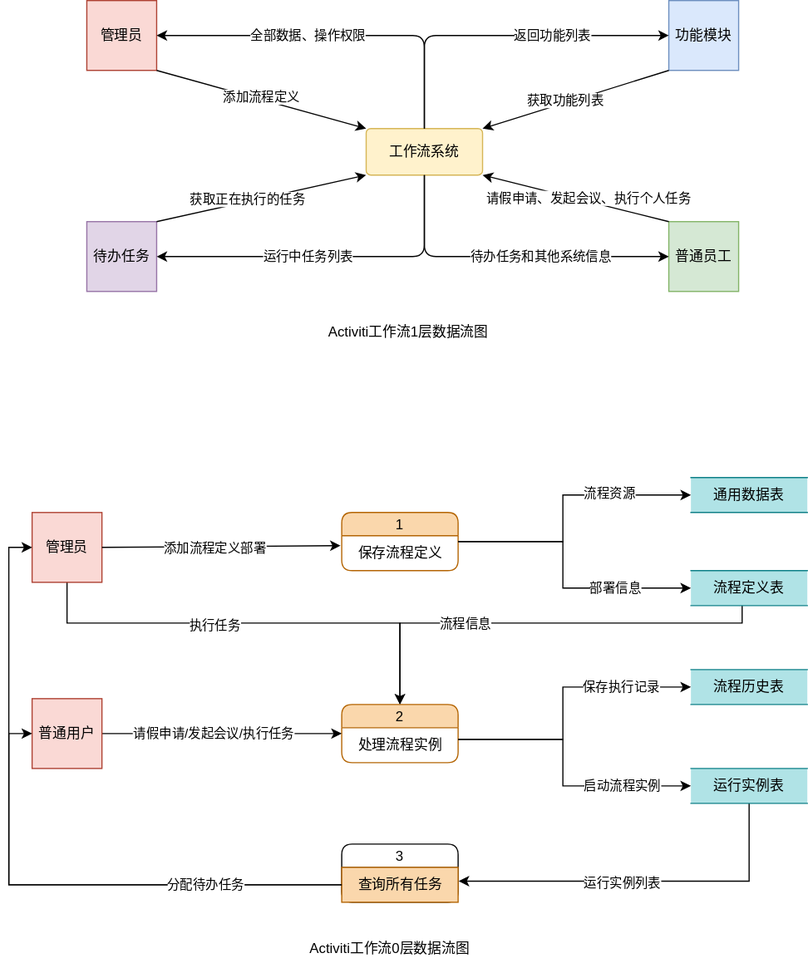
This is 1层数据流图.drawio.svg from cvgods/mind_image, a draw.io export, as it was before one commit. Source tidied: cells renumbered, new cells last; positions are measured from the earlier drawing's top-left corner, leaving out a move shared by most shapes.
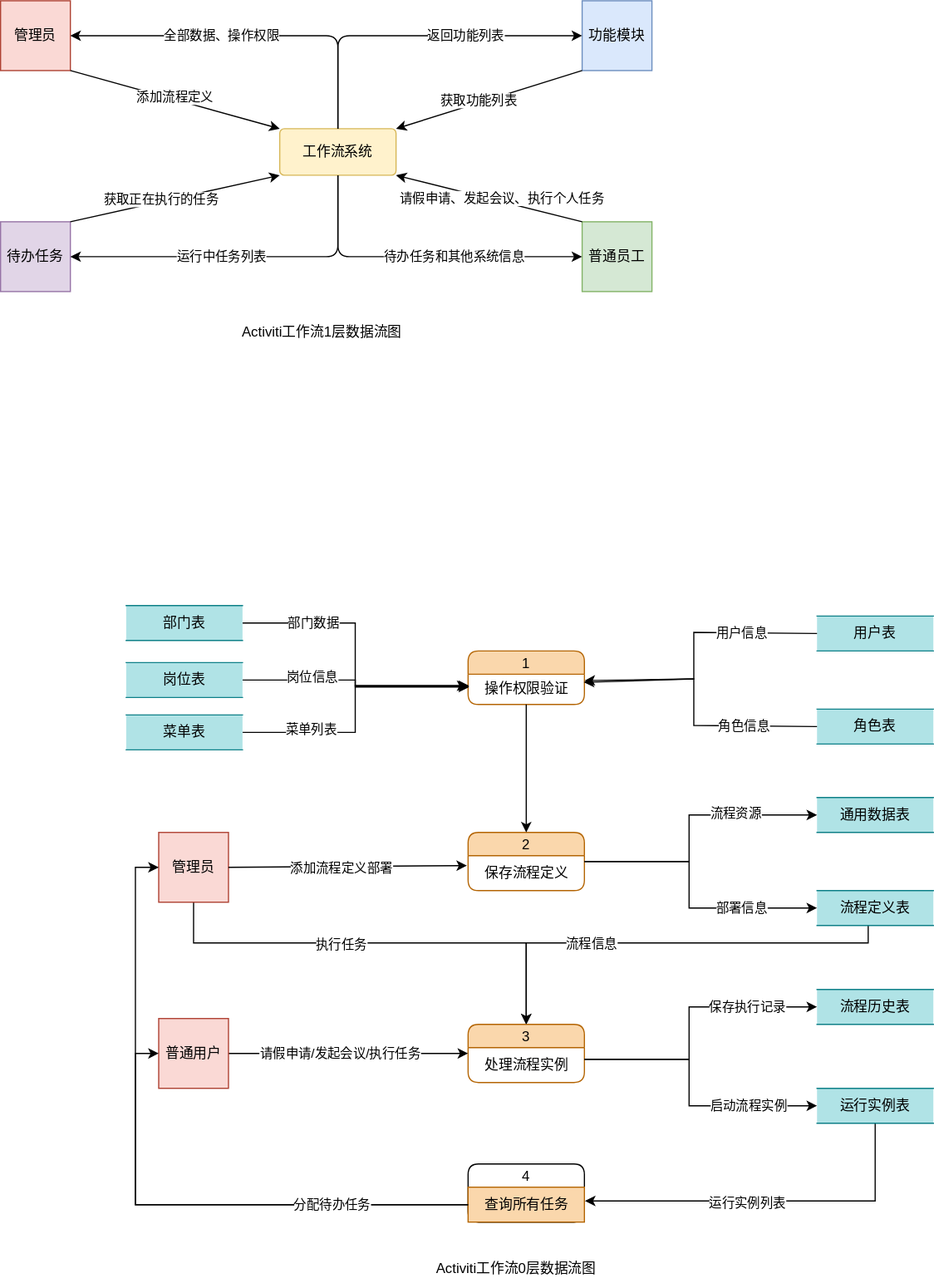
Later version of the same file.

Commit message:
更新1层数据流图.drawio.svg

Diff of the diagram source:
```diff
@@ -3,24 +3,24 @@
     <mxCell id="0" />
     <mxCell id="1" parent="0" />
     <mxCell id="2" value="管理员" style="html=1;dashed=0;whiteSpace=wrap;fillColor=#fad9d5;strokeColor=#ae4132;" parent="1" vertex="1">
-      <mxGeometry x="47" width="60" height="60" as="geometry" />
+      <mxGeometry x="-135.9" y="-275" width="60" height="60" as="geometry" />
     </mxCell>
     <mxCell id="3" value="工作流系统" style="rounded=1;arcSize=10;whiteSpace=wrap;html=1;align=center;fillColor=#fff2cc;strokeColor=#d6b656;" parent="1" vertex="1">
-      <mxGeometry x="287" y="110" width="100" height="40" as="geometry" />
+      <mxGeometry x="104.1" y="-165" width="100" height="40" as="geometry" />
     </mxCell>
     <mxCell id="4" value="普通员工" style="html=1;dashed=0;whiteSpace=wrap;fillColor=#d5e8d4;strokeColor=#82b366;" parent="1" vertex="1">
-      <mxGeometry x="547" y="190" width="60" height="60" as="geometry" />
+      <mxGeometry x="364.1" y="-85" width="60" height="60" as="geometry" />
     </mxCell>
     <mxCell id="5" value="功能模块" style="html=1;dashed=0;whiteSpace=wrap;fillColor=#dae8fc;strokeColor=#6c8ebf;" parent="1" vertex="1">
-      <mxGeometry x="547" width="60" height="60" as="geometry" />
+      <mxGeometry x="364.1" y="-275" width="60" height="60" as="geometry" />
     </mxCell>
     <mxCell id="6" value="待办任务" style="html=1;dashed=0;whiteSpace=wrap;fillColor=#e1d5e7;strokeColor=#9673a6;" parent="1" vertex="1">
-      <mxGeometry x="47" y="190" width="60" height="60" as="geometry" />
+      <mxGeometry x="-135.9" y="-85" width="60" height="60" as="geometry" />
     </mxCell>
     <mxCell id="7" style="endArrow=classic;html=1;rounded=1;exitX=0.5;exitY=0;exitDx=0;exitDy=0;entryX=1;entryY=0.5;entryDx=0;entryDy=0;" parent="1" edge="1" source="3" target="2">
       <mxGeometry relative="1" as="geometry">
         <Array as="points">
-          <mxPoint x="337" y="30" />
+          <mxPoint x="154.1" y="-245" />
         </Array>
       </mxGeometry>
     </mxCell>
@@ -52,7 +52,7 @@
     <mxCell id="15" style="endArrow=classic;html=1;rounded=1;exitX=0.5;exitY=1;exitDx=0;exitDy=0;entryX=1;entryY=0.5;entryDx=0;entryDy=0;" parent="1" edge="1" source="3" target="6">
       <mxGeometry relative="1" as="geometry">
         <Array as="points">
-          <mxPoint x="337" y="220" />
+          <mxPoint x="154.1" y="-55" />
         </Array>
       </mxGeometry>
     </mxCell>
@@ -71,9 +71,9 @@
     </mxCell>
     <mxCell id="19" style="endArrow=classic;html=1;rounded=1;entryX=0;entryY=0.5;entryDx=0;entryDy=0;" parent="1" edge="1" target="4">
       <mxGeometry relative="1" as="geometry">
-        <mxPoint x="337" y="150" as="sourcePoint" />
+        <mxPoint x="154.1" y="-125" as="sourcePoint" />
         <Array as="points">
-          <mxPoint x="337" y="220" />
+          <mxPoint x="154.1" y="-55" />
         </Array>
       </mxGeometry>
     </mxCell>
@@ -84,9 +84,9 @@
     </mxCell>
     <mxCell id="21" style="endArrow=classic;html=1;rounded=1;exitX=0.5;exitY=0;exitDx=0;exitDy=0;" parent="1" edge="1" source="3">
       <mxGeometry relative="1" as="geometry">
-        <mxPoint x="547" y="30" as="targetPoint" />
+        <mxPoint x="364.1" y="-245" as="targetPoint" />
         <Array as="points">
-          <mxPoint x="337" y="30" />
+          <mxPoint x="154.1" y="-245" />
         </Array>
       </mxGeometry>
     </mxCell>
@@ -109,19 +109,19 @@
     <mxCell id="25" value="管理员" style="html=1;dashed=0;whiteSpace=wrap;fillColor=#fad9d5;strokeColor=#ae4132;" parent="1" vertex="1">
       <mxGeometry y="440" width="60" height="60" as="geometry" />
     </mxCell>
-    <mxCell id="26" value="1" style="swimlane;fontStyle=0;horizontal=1;startSize=20;fillColor=#fad7ac;swimlaneFillColor=#ffffff;rounded=1;strokeColor=#b46504;" parent="1" vertex="1">
+    <mxCell id="26" value="2" style="swimlane;fontStyle=0;horizontal=1;startSize=20;fillColor=#fad7ac;swimlaneFillColor=#ffffff;rounded=1;strokeColor=#b46504;" parent="1" vertex="1">
       <mxGeometry x="266" y="440" width="100" height="50" as="geometry" />
     </mxCell>
     <mxCell id="27" value="保存流程定义" style="text;html=1;align=center;verticalAlign=middle;points=[];strokeColor=none;fillColor=none;" parent="26" vertex="1">
       <mxGeometry y="20" width="100" height="30" as="geometry" />
     </mxCell>
-    <mxCell id="28" value="2" style="swimlane;fontStyle=0;horizontal=1;startSize=20;fillColor=#fad7ac;swimlaneFillColor=#ffffff;rounded=1;strokeColor=#b46504;" parent="1" vertex="1">
+    <mxCell id="28" value="3" style="swimlane;fontStyle=0;horizontal=1;startSize=20;fillColor=#fad7ac;swimlaneFillColor=#ffffff;rounded=1;strokeColor=#b46504;" parent="1" vertex="1">
       <mxGeometry x="266" y="605" width="100" height="50" as="geometry" />
     </mxCell>
     <mxCell id="29" value="处理流程实例" style="text;html=1;align=center;verticalAlign=middle;points=[];strokeColor=none;fillColor=none;" parent="28" vertex="1">
       <mxGeometry y="20" width="100" height="30" as="geometry" />
     </mxCell>
-    <mxCell id="30" value="3" style="swimlane;fontStyle=0;horizontal=1;startSize=20;fillColor=#ffffff;swimlaneFillColor=#ffffff;rounded=1;" parent="1" vertex="1">
+    <mxCell id="30" value="4" style="swimlane;fontStyle=0;horizontal=1;startSize=20;fillColor=#ffffff;swimlaneFillColor=#ffffff;rounded=1;" parent="1" vertex="1">
       <mxGeometry x="266" y="725" width="100" height="50" as="geometry" />
     </mxCell>
     <mxCell id="31" value="查询所有任务" style="text;html=1;align=center;verticalAlign=middle;points=[];strokeColor=#b46504;fillColor=#fad7ac;" parent="30" vertex="1">
@@ -247,10 +247,84 @@
       </mxGeometry>
     </mxCell>
     <mxCell id="56" value="Activiti工作流1层数据流图" style="text;html=1;align=center;verticalAlign=middle;strokeColor=none;fillColor=none;" parent="1" vertex="1">
-      <mxGeometry x="243" y="270" width="160" height="30" as="geometry" />
+      <mxGeometry x="60.1" y="-5" width="160" height="30" as="geometry" />
     </mxCell>
     <mxCell id="57" value="Activiti工作流0层数据流图" style="text;html=1;align=center;verticalAlign=middle;strokeColor=none;fillColor=none;" parent="1" vertex="1">
       <mxGeometry x="227" y="800" width="160" height="30" as="geometry" />
     </mxCell>
+    <mxCell id="58" value="1" style="swimlane;fontStyle=0;horizontal=1;startSize=20;fillColor=#fad7ac;swimlaneFillColor=#ffffff;rounded=1;strokeColor=#b46504;" parent="1" vertex="1">
+      <mxGeometry x="266" y="284" width="100" height="46" as="geometry" />
+    </mxCell>
+    <mxCell id="59" value="操作权限验证" style="text;html=1;align=center;verticalAlign=middle;points=[];strokeColor=none;fillColor=none;" parent="58" vertex="1">
+      <mxGeometry y="20" width="100" height="26" as="geometry" />
+    </mxCell>
+    <mxCell id="60" value="用户表" style="html=1;dashed=0;whiteSpace=wrap;shape=partialRectangle;right=0;left=0;fillColor=#b0e3e6;strokeColor=#0e8088;" parent="1" vertex="1">
+      <mxGeometry x="566" y="254" width="100" height="30" as="geometry" />
+    </mxCell>
+    <mxCell id="61" value="角色表" style="html=1;dashed=0;whiteSpace=wrap;shape=partialRectangle;right=0;left=0;fillColor=#b0e3e6;strokeColor=#0e8088;" parent="1" vertex="1">
+      <mxGeometry x="566" y="334" width="100" height="30" as="geometry" />
+    </mxCell>
+    <mxCell id="62" style="endArrow=classic;html=1;rounded=0;entryX=0.994;entryY=0.267;entryDx=0;entryDy=0;exitX=0;exitY=0.5;exitDx=0;exitDy=0;entryPerimeter=0;" parent="1" edge="1" source="60" target="59">
+      <mxGeometry relative="1" as="geometry">
+        <Array as="points">
+          <mxPoint x="460.1" y="268" />
+          <mxPoint x="460.1" y="308" />
+        </Array>
+      </mxGeometry>
+    </mxCell>
+    <mxCell id="63" value="用户信息" style="edgeLabel;html=1;align=center;verticalAlign=middle;" parent="62" vertex="1">
+      <mxGeometry x="0.42" y="1" relative="1" as="geometry">
+        <mxPoint x="65" y="-41" as="offset" />
+      </mxGeometry>
+    </mxCell>
+    <mxCell id="64" style="endArrow=classic;html=1;rounded=0;exitX=0;exitY=0.5;exitDx=0;exitDy=0;entryX=1.001;entryY=0.21;entryDx=0;entryDy=0;entryPerimeter=0;" parent="1" edge="1" source="61" target="59">
+      <mxGeometry relative="1" as="geometry">
+        <Array as="points">
+          <mxPoint x="460.1" y="348" />
+          <mxPoint x="460.1" y="308" />
+        </Array>
+      </mxGeometry>
+    </mxCell>
+    <mxCell id="65" value="角色信息" style="edgeLabel;html=1;align=center;verticalAlign=middle;" parent="64" vertex="1">
+      <mxGeometry x="0.31" y="1" relative="1" as="geometry">
+        <mxPoint x="53" y="39" as="offset" />
+      </mxGeometry>
+    </mxCell>
+    <mxCell id="66" style="edgeStyle=orthogonalEdgeStyle;rounded=0;jettySize=auto;html=1;entryX=0.009;entryY=0.381;entryDx=0;entryDy=0;entryPerimeter=0;" parent="1" edge="1" source="68" target="59">
+      <mxGeometry relative="1" as="geometry" />
+    </mxCell>
+    <mxCell id="67" value="部门数据" style="edgeLabel;html=1;align=center;verticalAlign=middle;" parent="66" vertex="1">
+      <mxGeometry x="-0.44" y="-1" relative="1" as="geometry">
+        <mxPoint x="-9" y="-1" as="offset" />
+      </mxGeometry>
+    </mxCell>
+    <mxCell id="68" value="部门表" style="html=1;dashed=0;whiteSpace=wrap;shape=partialRectangle;right=0;left=0;fillColor=#b0e3e6;strokeColor=#0e8088;" parent="1" vertex="1">
+      <mxGeometry x="-27.9" y="245" width="100" height="30" as="geometry" />
+    </mxCell>
+    <mxCell id="69" style="edgeStyle=orthogonalEdgeStyle;rounded=0;jettySize=auto;html=1;entryX=-0.006;entryY=0.381;entryDx=0;entryDy=0;entryPerimeter=0;" parent="1" edge="1" source="71" target="59">
+      <mxGeometry relative="1" as="geometry" />
+    </mxCell>
+    <mxCell id="70" value="菜单列表" style="edgeLabel;html=1;align=center;verticalAlign=middle;" parent="69" vertex="1">
+      <mxGeometry x="-0.43" y="2" relative="1" as="geometry">
+        <mxPoint x="-8" as="offset" />
+      </mxGeometry>
+    </mxCell>
+    <mxCell id="71" value="菜单表" style="html=1;dashed=0;whiteSpace=wrap;shape=partialRectangle;right=0;left=0;fillColor=#b0e3e6;strokeColor=#0e8088;" parent="1" vertex="1">
+      <mxGeometry x="-27.9" y="339" width="100" height="30" as="geometry" />
+    </mxCell>
+    <mxCell id="72" style="edgeStyle=orthogonalEdgeStyle;rounded=0;jettySize=auto;html=1;entryX=0.009;entryY=0.423;entryDx=0;entryDy=0;entryPerimeter=0;" parent="1" edge="1" source="74" target="59">
+      <mxGeometry relative="1" as="geometry" />
+    </mxCell>
+    <mxCell id="73" value="岗位信息" style="edgeLabel;html=1;align=center;verticalAlign=middle;" parent="72" vertex="1">
+      <mxGeometry x="-0.37" y="1" relative="1" as="geometry">
+        <mxPoint x="-3" y="-1" as="offset" />
+      </mxGeometry>
+    </mxCell>
+    <mxCell id="74" value="岗位表" style="html=1;dashed=0;whiteSpace=wrap;shape=partialRectangle;right=0;left=0;fillColor=#b0e3e6;strokeColor=#0e8088;" parent="1" vertex="1">
+      <mxGeometry x="-27.9" y="294" width="100" height="30" as="geometry" />
+    </mxCell>
+    <mxCell id="75" style="edgeStyle=orthogonalEdgeStyle;rounded=0;jettySize=auto;html=1;entryX=0.5;entryY=0;entryDx=0;entryDy=0;" parent="1" edge="1" source="59" target="26">
+      <mxGeometry relative="1" as="geometry" />
+    </mxCell>
   </root>
 </mxGraphModel>
```
